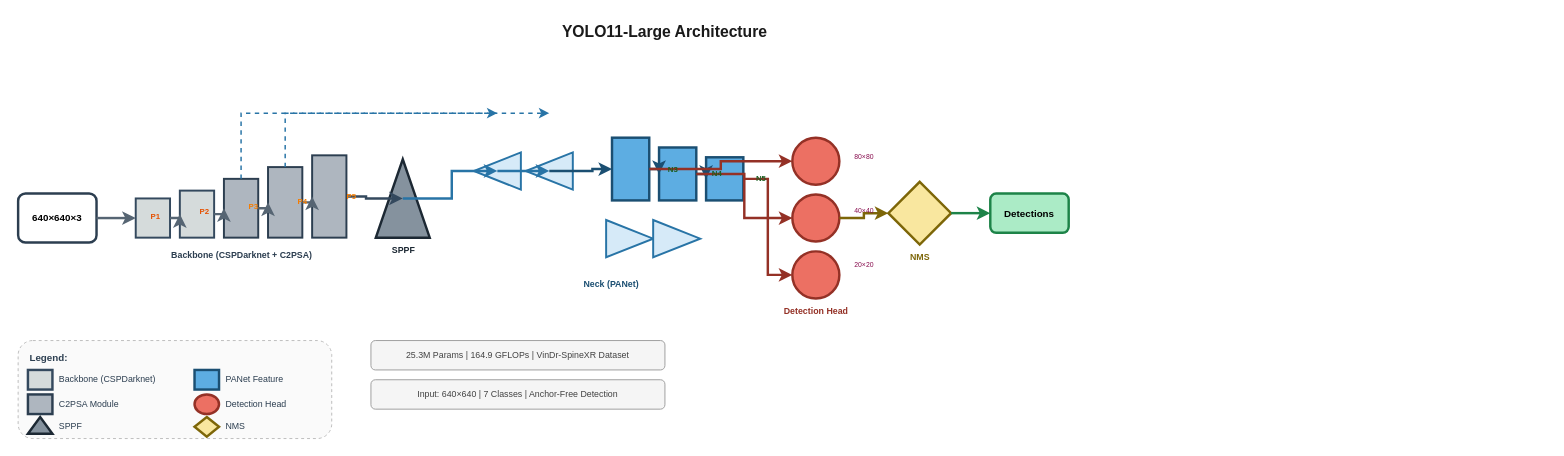
Earlier version of the draw.io diagram YOLO11_Architecture.drawio (pronad1/DERNet). Source tidied: cells renumbered, new cells numbered last; positions are measured from the earlier drawing's top-left corner, leaving out a move shared by most shapes. Both pictures are drawn from the tidied source at 98%, with x=0, y=0 at pixel (18, 17).
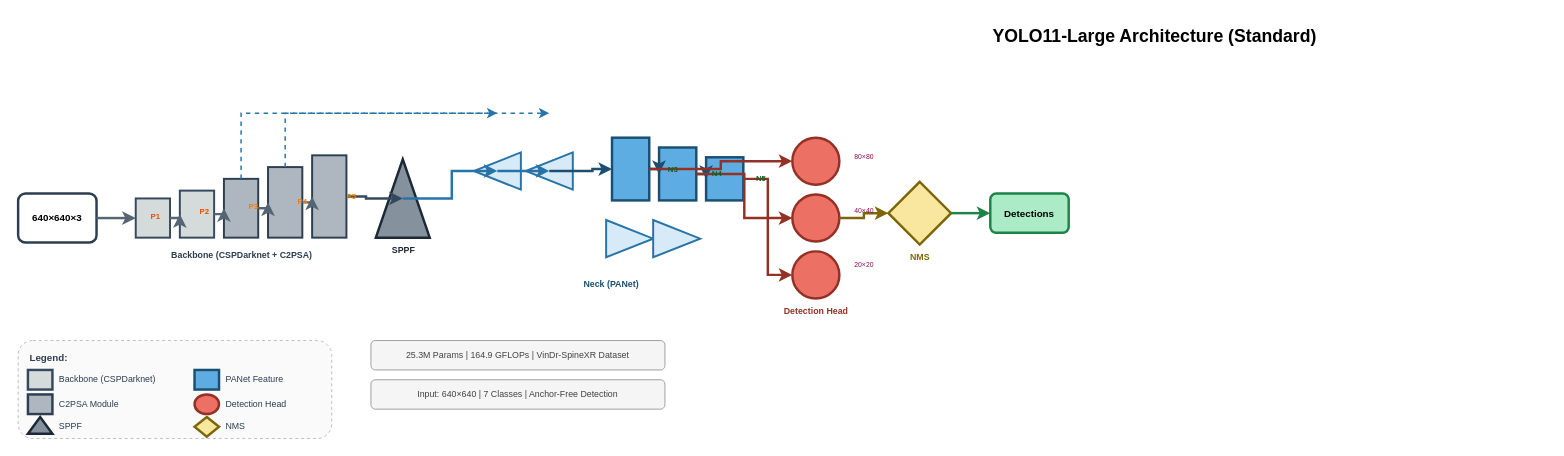
The same diagram, later.

Diff of the diagram source:
```diff
@@
-    <mxCell id="2" value="YOLO11-Large Architecture" style="text;html=1;align=center;verticalAlign=middle;whiteSpace=wrap;fontSize=16;fontStyle=1;fontColor=#1a1a1a;" parent="1" vertex="1">
-      <mxGeometry x="460" width="400" height="30" as="geometry" />
+    <mxCell id="2" value="YOLO11-Large Architecture (Standard)" style="text;html=1;align=center;verticalAlign=middle;whiteSpace=wrap;fontSize=18;fontStyle=1;fontColor=#000000;" parent="1" vertex="1">
+      <mxGeometry x="760" width="800" height="40" as="geometry" />
     </mxCell>
```
